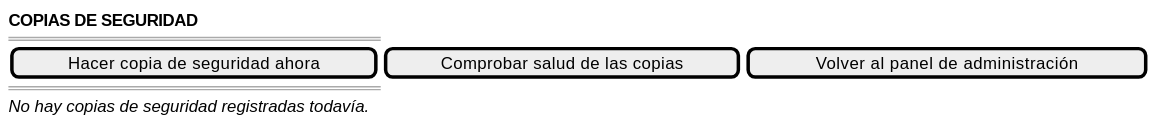
The PlantUML diagram images/RUP/01-requisitos/03-detalle-casos-uso/consultarCopiasSeguridad/wireframe-vacia.svg in mmasias/pyCeldaPublico, before a commit. The source it was exported from:
```plantuml
@startsalt consultarCopiasSeguridad-wireframe-vacia
{
    <b>COPIAS DE SEGURIDAD</b>
    ====
    [ Hacer copia de seguridad ahora ] | [ Comprobar salud de las copias ] | [ Volver al panel de administración ]
    ====
    <i>No hay copias de seguridad registradas todavía.</i>
}
@endsalt
```
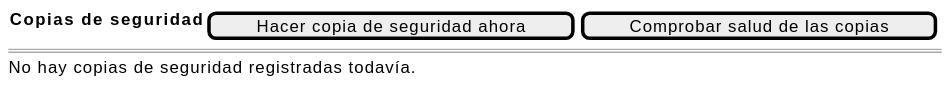
After the change.

Change to the diagram source:
```diff
@@ -1,9 +1,7 @@
 @startsalt consultarCopiasSeguridad-wireframe-vacia
 {
-    <b>COPIAS DE SEGURIDAD</b>
+    { <b>Copias de seguridad</b> | [ Hacer copia de seguridad ahora ] | [ Comprobar salud de las copias ] }
     ====
-    [ Hacer copia de seguridad ahora ] | [ Comprobar salud de las copias ] | [ Volver al panel de administración ]
-    ====
-    <i>No hay copias de seguridad registradas todavía.</i>
+    No hay copias de seguridad registradas todavía.
 }
 @endsalt
```
